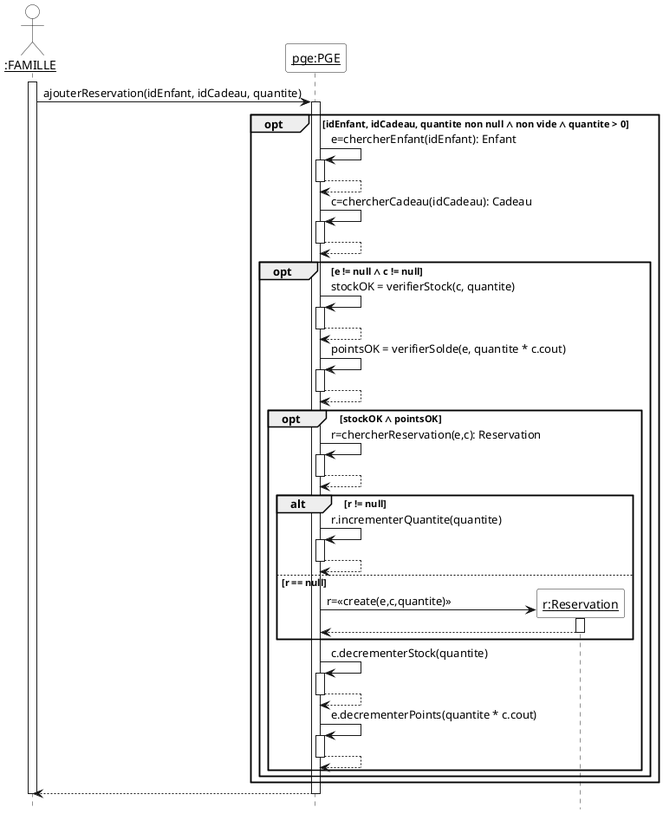
Earlier version of the PlantUML export Diagrammes/pge_uml_diag_seq_ajouter_reservation.png (yasminebelmaaziz/dev_logiciel). The source it was exported from:
```plantuml
@startuml
hide footbox
skinparam sequenceParticipantBackgroundColor White
skinparam sequenceActorBackgroundColor White

actor "__:FAMILLE__" as famille
participant "__pge:PGE__" as pge

activate famille
famille -> pge ++ : ajouterReservation(idEnfant, idCadeau, quantite)

opt idEnfant, idCadeau, quantite non null ∧ non vide ∧ quantite > 0

  pge -> pge ++ : e=chercherEnfant(idEnfant): Enfant
  return

  pge -> pge ++ : c=chercherCadeau(idCadeau): Cadeau
  return

  opt e != null ∧ c != null

    pge -> pge ++ : stockOK = verifierStock(c, quantite)
    return

    pge -> pge ++ : pointsOK = verifierSolde(e, quantite * c.cout)
    return

    opt stockOK ∧ pointsOK

      pge -> pge ++ : r=chercherReservation(e,c): Reservation
      return

      alt r != null

        pge -> pge ++ : r.incrementerQuantite(quantite)
        return

      else r == null

        create "__r:Reservation__" as r
        pge -> r ++ : r=<<create(e,c,quantite)>>
        return

      end

      pge -> pge ++ : c.decrementerStock(quantite)
      return

      pge -> pge ++ : e.decrementerPoints(quantite * c.cout)
      return

    end
  end
end

return
deactivate famille
@enduml
```
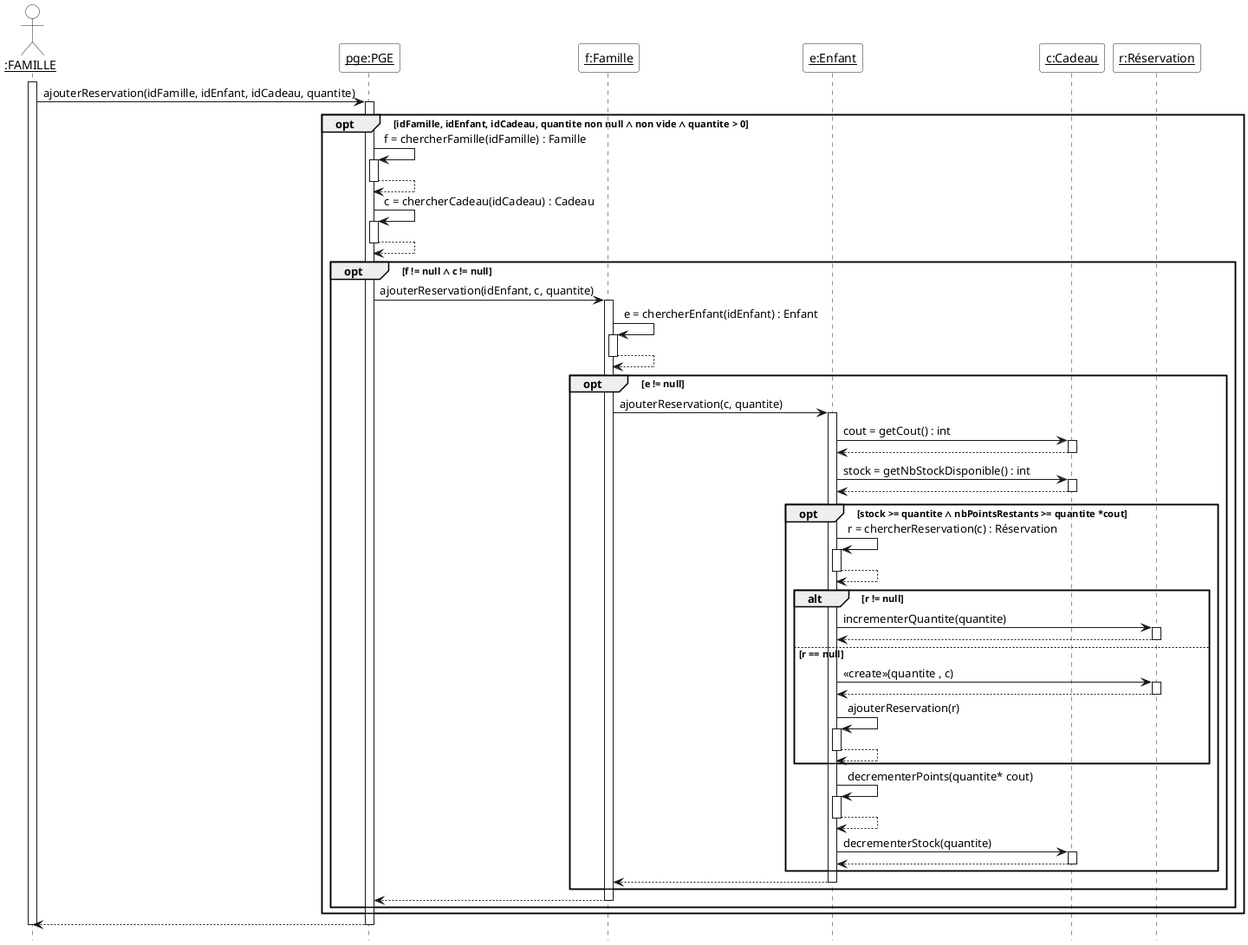
The same file after the commit.

Change to the diagram source:
```diff
@@ -5,51 +5,69 @@
 
 actor "__:FAMILLE__" as famille
 participant "__pge:PGE__" as pge
+participant "__f:Famille__" as f
+participant "__e:Enfant__" as e
+participant "__c:Cadeau__" as c
+participant "__r:Réservation__" as r
 
 activate famille
-famille -> pge ++ : ajouterReservation(idEnfant, idCadeau, quantite)
+famille -> pge ++ : ajouterReservation(idFamille, idEnfant, idCadeau, quantite)
 
-opt idEnfant, idCadeau, quantite non null ∧ non vide ∧ quantite > 0
+opt idFamille, idEnfant, idCadeau, quantite non null ∧ non vide ∧ quantite > 0
 
-  pge -> pge ++ : e=chercherEnfant(idEnfant): Enfant
+  pge -> pge ++ : f = chercherFamille(idFamille) : Famille
   return
 
-  pge -> pge ++ : c=chercherCadeau(idCadeau): Cadeau
+  pge -> pge ++ : c = chercherCadeau(idCadeau) : Cadeau
   return
 
-  opt e != null ∧ c != null
+  opt f != null ∧ c != null
 
-    pge -> pge ++ : stockOK = verifierStock(c, quantite)
+    pge -> f ++ : ajouterReservation(idEnfant, c, quantite)
+
+    f -> f ++ : e = chercherEnfant(idEnfant) : Enfant
     return
 
-    pge -> pge ++ : pointsOK = verifierSolde(e, quantite * c.cout)
-    return
+    opt e != null
 
-    opt stockOK ∧ pointsOK
+      f -> e ++ : ajouterReservation(c, quantite)
 
-      pge -> pge ++ : r=chercherReservation(e,c): Reservation
+      e -> c ++ : cout = getCout() : int
       return
 
-      alt r != null
+      e -> c ++ : stock = getNbStockDisponible() : int
+      return
 
-        pge -> pge ++ : r.incrementerQuantite(quantite)
+      opt stock >= quantite ∧ nbPointsRestants >= quantite *cout
+
+        e -> e ++ : r = chercherReservation(c) : Réservation
         return
 
-      else r == null
+        alt r != null
 
-        create "__r:Reservation__" as r
-        pge -> r ++ : r=<<create(e,c,quantite)>>
+          e -> r ++ : incrementerQuantite(quantite)
+          return
+        else r == null
+
+          create "__r:Réservation__" as r
+          e -> r ++ : <<create>>(quantite , c)
+          return
+
+          e -> e ++ : ajouterReservation(r)
+          return
+        end
+
+
+        e -> e ++ : decrementerPoints(quantite* cout)
+        return
+
+        e -> c ++ : decrementerStock(quantite)
         return
 
       end
-
-      pge -> pge ++ : c.decrementerStock(quantite)
       return
-
-      pge -> pge ++ : e.decrementerPoints(quantite * c.cout)
-      return
-
     end
+    return
   end
 end
 
```
